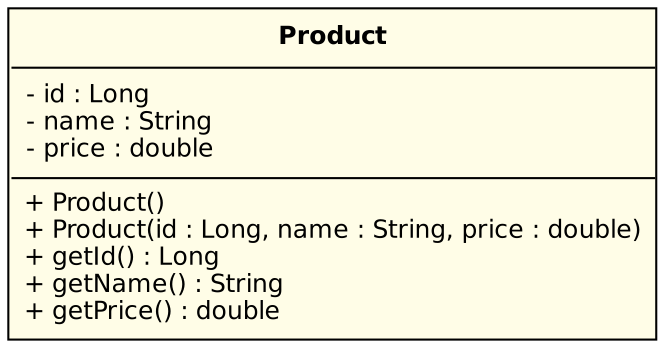
Earlier version of the PlantUML export docs/uml/Product.png (noscope12345123-wq/products-api). Its source is kept beside it as docs/uml/Product.puml.
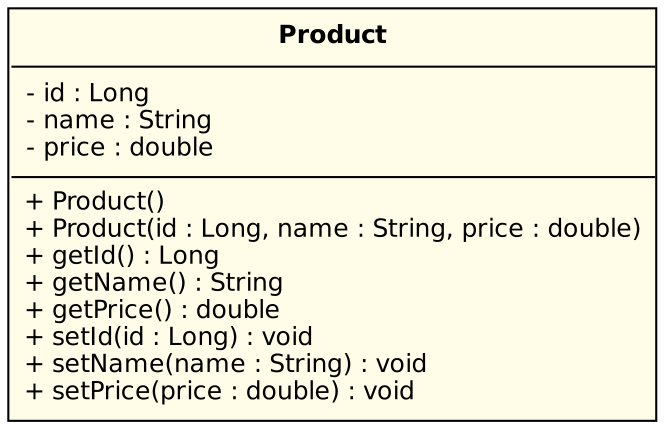
Later version of the same file.

Commit message:
Tutorial 3: UML updated — Product setters, ProductController -> ProductService -> Product

Diff of the diagram source:
```diff
@@ -11,5 +11,8 @@
   + getId() : Long
   + getName() : String
   + getPrice() : double
+  + setId(id : Long) : void
+  + setName(name : String) : void
+  + setPrice(price : double) : void
 }
 @enduml
```
